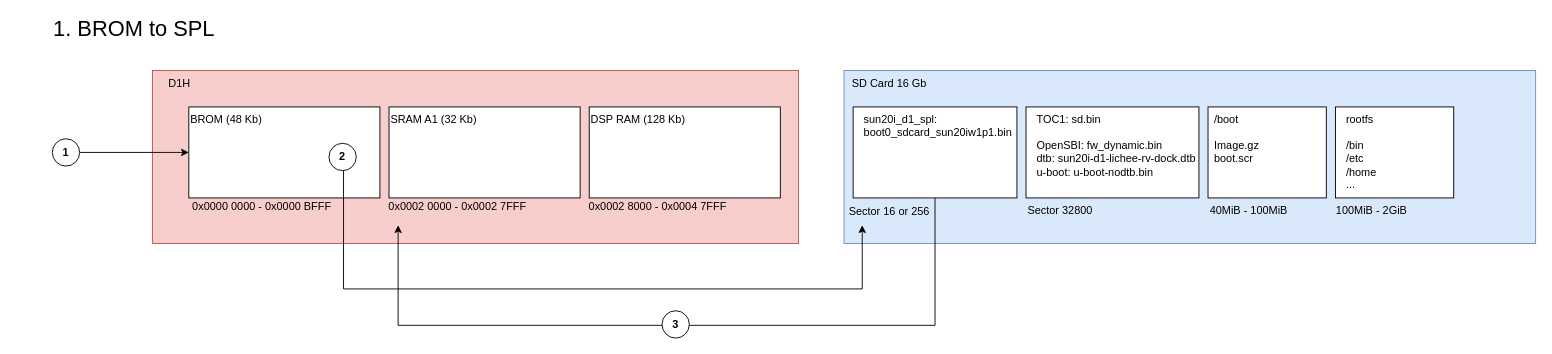
This is documentation/Pics/boot_process_1.drawio from ylyamin/RT-Thread-on-Allwinner-D1H, a draw.io file, before an edit. Source tidied: cells renumbered, new cells numbered last; positions are measured from the earlier drawing's top-left corner, leaving out a move shared by most shapes. Both pictures are drawn from the tidied source at 91%, with x=0, y=0 at pixel (15, 15).
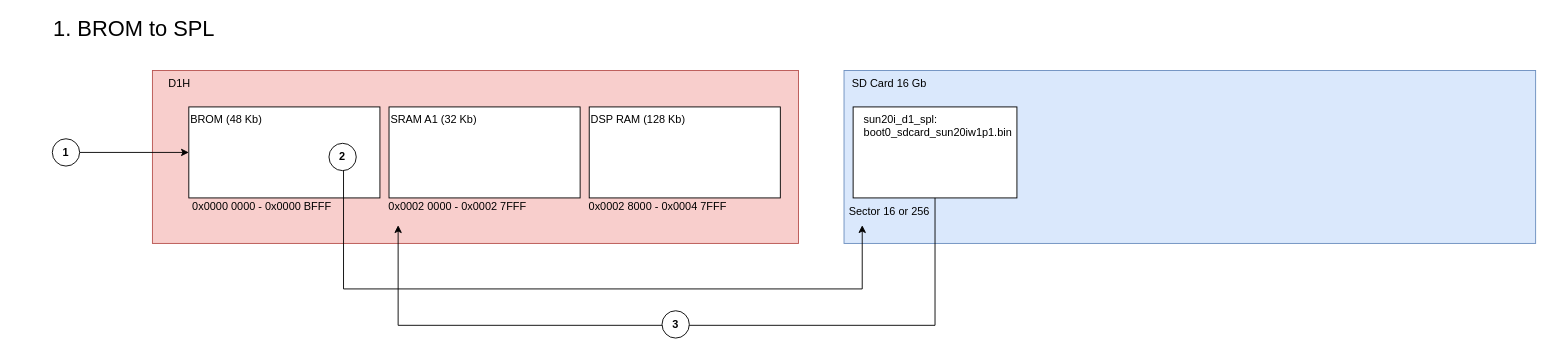
Above is the later version.

Commit message (it also covers changes not shown here):
improve document about boot process

Diff of the diagram source:
```diff
@@
-    <mxCell id="13" value="&lt;span style=&quot;color: rgb(0, 0, 0); font-family: Helvetica; font-size: 12px; font-style: normal; font-variant-ligatures: normal; font-variant-caps: normal; font-weight: 400; letter-spacing: normal; orphans: 2; text-align: center; text-indent: 0px; text-transform: none; widows: 2; word-spacing: 0px; -webkit-text-stroke-width: 0px; white-space: normal; text-decoration-thickness: initial; text-decoration-style: initial; text-decoration-color: initial; float: none; display: inline !important;&quot;&gt;Sector 32800&lt;/span&gt;" style="text;whiteSpace=wrap;html=1;labelBackgroundColor=none;" parent="1" vertex="1">
-      <mxGeometry x="1110" y="200" width="90" height="30" as="geometry" />
-    </mxCell>
-    <mxCell id="14" style="rounded=0;whiteSpace=wrap;html=1;labelBackgroundColor=none;" parent="1" vertex="1">
-      <mxGeometry x="1110" y="100" width="190" height="100" as="geometry" />
-    </mxCell>
-    <mxCell id="15" value="100MiB - 2GiB" style="text;whiteSpace=wrap;align=center;labelBackgroundColor=none;" parent="1" vertex="1">
-      <mxGeometry x="1440" y="200" width="100" height="30" as="geometry" />
-    </mxCell>
-    <mxCell id="16" value="&lt;div&gt;&lt;span style=&quot;forced-color-adjust: none; color: rgb(0, 0, 0); font-family: Helvetica; font-size: 12px; font-style: normal; font-variant-ligatures: normal; font-variant-caps: normal; font-weight: 400; letter-spacing: normal; orphans: 2; text-indent: 0px; text-transform: none; widows: 2; word-spacing: 0px; -webkit-text-stroke-width: 0px; white-space: normal; text-decoration-thickness: initial; text-decoration-style: initial; text-decoration-color: initial; float: none; display: inline !important;&quot;&gt;40MiB - 100MiB&lt;/span&gt;&lt;br style=&quot;forced-color-adjust: none; color: rgb(0, 0, 0); font-family: Helvetica; font-size: 12px; font-style: normal; font-variant-ligatures: normal; font-variant-caps: normal; font-weight: 400; letter-spacing: normal; orphans: 2; text-indent: 0px; text-transform: none; widows: 2; word-spacing: 0px; -webkit-text-stroke-width: 0px; white-space: normal; text-decoration-thickness: initial; text-decoration-style: initial; text-decoration-color: initial;&quot;&gt;&lt;/div&gt;" style="text;whiteSpace=wrap;html=1;align=center;labelBackgroundColor=none;" parent="1" vertex="1">
-      <mxGeometry x="1310" y="200" width="90" height="30" as="geometry" />
-    </mxCell>
-    <mxCell id="17" value="&lt;div&gt;&lt;br&gt;&lt;/div&gt;" style="rounded=0;whiteSpace=wrap;html=1;labelBackgroundColor=none;" parent="1" vertex="1">
-      <mxGeometry x="1310" y="100" width="130" height="100" as="geometry" />
-    </mxCell>
-    <mxCell id="18" style="rounded=0;whiteSpace=wrap;html=1;labelBackgroundColor=none;" parent="1" vertex="1">
-      <mxGeometry x="1450" y="100" width="130" height="100" as="geometry" />
-    </mxCell>
@@
-    <mxCell id="21" value="&lt;span style=&quot;color: rgb(0, 0, 0); font-family: Helvetica; font-size: 12px; font-style: normal; font-variant-ligatures: normal; font-variant-caps: normal; font-weight: 400; letter-spacing: normal; orphans: 2; text-indent: 0px; text-transform: none; widows: 2; word-spacing: 0px; -webkit-text-stroke-width: 0px; white-space: normal; text-decoration-thickness: initial; text-decoration-style: initial; text-decoration-color: initial; float: none; display: inline !important;&quot;&gt;TOC1: sd.bin&amp;nbsp;&lt;/span&gt;&lt;div style=&quot;forced-color-adjust: none; color: rgb(0, 0, 0); font-family: Helvetica; font-size: 12px; font-style: normal; font-variant-ligatures: normal; font-variant-caps: normal; font-weight: 400; letter-spacing: normal; orphans: 2; text-indent: 0px; text-transform: none; widows: 2; word-spacing: 0px; -webkit-text-stroke-width: 0px; white-space: normal; text-decoration-thickness: initial; text-decoration-style: initial; text-decoration-color: initial;&quot;&gt;&lt;br style=&quot;forced-color-adjust: none;&quot;&gt;&lt;/div&gt;&lt;div style=&quot;forced-color-adjust: none; color: rgb(0, 0, 0); font-family: Helvetica; font-size: 12px; font-style: normal; font-variant-ligatures: normal; font-variant-caps: normal; font-weight: 400; letter-spacing: normal; orphans: 2; text-indent: 0px; text-transform: none; widows: 2; word-spacing: 0px; -webkit-text-stroke-width: 0px; white-space: normal; text-decoration-thickness: initial; text-decoration-style: initial; text-decoration-color: initial;&quot;&gt;OpenSBI: fw_dynamic.bin&lt;/div&gt;&lt;div style=&quot;forced-color-adjust: none; color: rgb(0, 0, 0); font-family: Helvetica; font-size: 12px; font-style: normal; font-variant-ligatures: normal; font-variant-caps: normal; font-weight: 400; letter-spacing: normal; orphans: 2; text-indent: 0px; text-transform: none; widows: 2; word-spacing: 0px; -webkit-text-stroke-width: 0px; white-space: normal; text-decoration-thickness: initial; text-decoration-style: initial; text-decoration-color: initial;&quot;&gt;dtb:&amp;nbsp;sun20i-d1-lichee-rv-dock.dtb&lt;/div&gt;&lt;div style=&quot;forced-color-adjust: none; color: rgb(0, 0, 0); font-family: Helvetica; font-size: 12px; font-style: normal; font-variant-ligatures: normal; font-variant-caps: normal; font-weight: 400; letter-spacing: normal; orphans: 2; text-indent: 0px; text-transform: none; widows: 2; word-spacing: 0px; -webkit-text-stroke-width: 0px; white-space: normal; text-decoration-thickness: initial; text-decoration-style: initial; text-decoration-color: initial;&quot;&gt;u-boot:&amp;nbsp;u-boot-nodtb.bin&lt;/div&gt;" style="text;whiteSpace=wrap;html=1;align=left;labelBackgroundColor=none;" parent="1" vertex="1">
-      <mxGeometry x="1120" y="100" width="190" height="100" as="geometry" />
-    </mxCell>
-    <mxCell id="22" value="&lt;span style=&quot;color: rgb(0, 0, 0); font-family: Helvetica; font-size: 12px; font-style: normal; font-variant-ligatures: normal; font-variant-caps: normal; font-weight: 400; letter-spacing: normal; orphans: 2; text-indent: 0px; text-transform: none; widows: 2; word-spacing: 0px; -webkit-text-stroke-width: 0px; white-space: normal; text-decoration-thickness: initial; text-decoration-style: initial; text-decoration-color: initial; float: none; display: inline !important;&quot;&gt;/boot&lt;/span&gt;&lt;div&gt;&lt;span style=&quot;color: rgb(0, 0, 0); font-family: Helvetica; font-size: 12px; font-style: normal; font-variant-ligatures: normal; font-variant-caps: normal; font-weight: 400; letter-spacing: normal; orphans: 2; text-indent: 0px; text-transform: none; widows: 2; word-spacing: 0px; -webkit-text-stroke-width: 0px; white-space: normal; text-decoration-thickness: initial; text-decoration-style: initial; text-decoration-color: initial; float: none; display: inline !important;&quot;&gt;&lt;br&gt;&lt;/span&gt;&lt;/div&gt;&lt;div&gt;&lt;span style=&quot;color: rgb(0, 0, 0); font-family: Helvetica; font-size: 12px; font-style: normal; font-variant-ligatures: normal; font-variant-caps: normal; font-weight: 400; letter-spacing: normal; orphans: 2; text-indent: 0px; text-transform: none; widows: 2; word-spacing: 0px; -webkit-text-stroke-width: 0px; white-space: normal; text-decoration-thickness: initial; text-decoration-style: initial; text-decoration-color: initial; float: none; display: inline !important;&quot;&gt;Image.gz&lt;/span&gt;&lt;div style=&quot;forced-color-adjust: none; color: rgb(0, 0, 0); font-family: Helvetica; font-size: 12px; font-style: normal; font-variant-ligatures: normal; font-variant-caps: normal; font-weight: 400; letter-spacing: normal; orphans: 2; text-indent: 0px; text-transform: none; widows: 2; word-spacing: 0px; -webkit-text-stroke-width: 0px; white-space: normal; text-decoration-thickness: initial; text-decoration-style: initial; text-decoration-color: initial;&quot;&gt;boot.scr&lt;/div&gt;&lt;/div&gt;" style="text;whiteSpace=wrap;html=1;align=left;labelBackgroundColor=none;" parent="1" vertex="1">
-      <mxGeometry x="1315" y="100" width="80" height="70" as="geometry" />
-    </mxCell>
-    <mxCell id="23" value="rootfs&lt;br class=&quot;Apple-interchange-newline&quot;&gt;&lt;span style=&quot;color: rgb(0, 0, 0); font-family: Helvetica; font-size: 12px; font-style: normal; font-variant-ligatures: normal; font-variant-caps: normal; font-weight: 400; letter-spacing: normal; orphans: 2; text-indent: 0px; text-transform: none; widows: 2; word-spacing: 0px; -webkit-text-stroke-width: 0px; white-space: normal; text-decoration-thickness: initial; text-decoration-style: initial; text-decoration-color: initial; float: none; display: inline !important;&quot;&gt;&lt;br&gt;&lt;/span&gt;&lt;div&gt;&lt;span style=&quot;color: rgb(0, 0, 0); font-family: Helvetica; font-size: 12px; font-style: normal; font-variant-ligatures: normal; font-variant-caps: normal; font-weight: 400; letter-spacing: normal; orphans: 2; text-indent: 0px; text-transform: none; widows: 2; word-spacing: 0px; -webkit-text-stroke-width: 0px; white-space: normal; text-decoration-thickness: initial; text-decoration-style: initial; text-decoration-color: initial; float: none; display: inline !important;&quot;&gt;/bin&lt;/span&gt;&lt;div style=&quot;forced-color-adjust: none; color: rgb(0, 0, 0); font-family: Helvetica; font-size: 12px; font-style: normal; font-variant-ligatures: normal; font-variant-caps: normal; font-weight: 400; letter-spacing: normal; orphans: 2; text-indent: 0px; text-transform: none; widows: 2; word-spacing: 0px; -webkit-text-stroke-width: 0px; white-space: normal; text-decoration-thickness: initial; text-decoration-style: initial; text-decoration-color: initial;&quot;&gt;/etc&lt;/div&gt;&lt;div style=&quot;forced-color-adjust: none; color: rgb(0, 0, 0); font-family: Helvetica; font-size: 12px; font-style: normal; font-variant-ligatures: normal; font-variant-caps: normal; font-weight: 400; letter-spacing: normal; orphans: 2; text-indent: 0px; text-transform: none; widows: 2; word-spacing: 0px; -webkit-text-stroke-width: 0px; white-space: normal; text-decoration-thickness: initial; text-decoration-style: initial; text-decoration-color: initial;&quot;&gt;/home&lt;/div&gt;&lt;div style=&quot;forced-color-adjust: none; color: rgb(0, 0, 0); font-family: Helvetica; font-size: 12px; font-style: normal; font-variant-ligatures: normal; font-variant-caps: normal; font-weight: 400; letter-spacing: normal; orphans: 2; text-indent: 0px; text-transform: none; widows: 2; word-spacing: 0px; -webkit-text-stroke-width: 0px; white-space: normal; text-decoration-thickness: initial; text-decoration-style: initial; text-decoration-color: initial;&quot;&gt;...&lt;/div&gt;&lt;/div&gt;" style="text;whiteSpace=wrap;html=1;align=left;labelBackgroundColor=none;" parent="1" vertex="1">
-      <mxGeometry x="1460" y="100" width="70" height="100" as="geometry" />
-    </mxCell>
```
